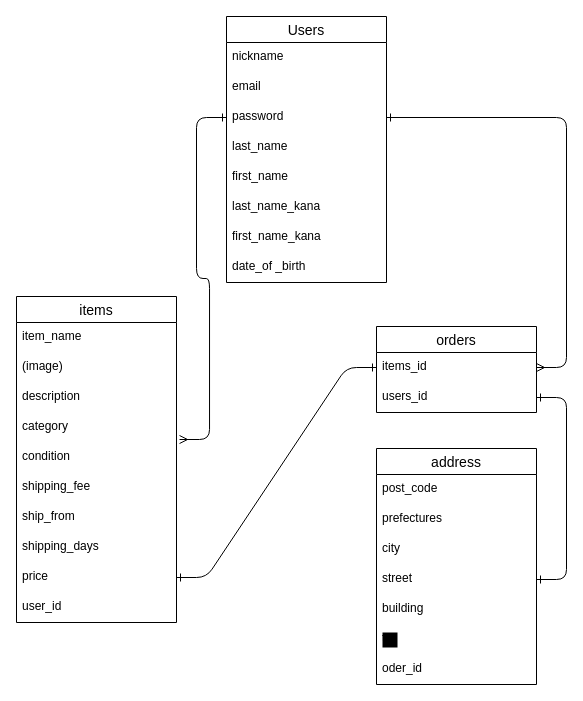
Natsuki002Koma/furima-40056 keeps this draw.io diagram as tables.dio. Above is the earlier version. Source tidied: cells renumbered, new cells numbered last; positions are measured from the earlier drawing's top-left corner, leaving out a move shared by most shapes. Both pictures are drawn from the tidied source at 100%, with x=0, y=0 at pixel (16, 16).
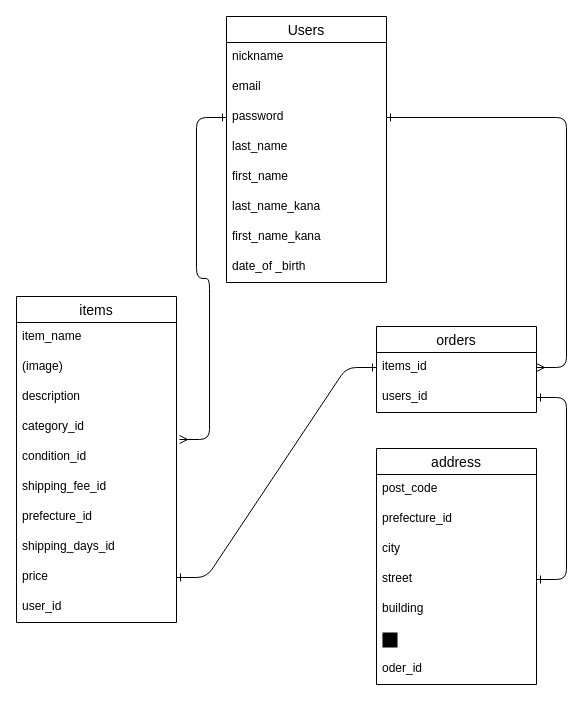
The same diagram, later.

Commit message (it also covers changes not shown here):
データベース設計（修正）

The change refers to these unchanged cells:
```xml
<mxCell id="11" value="items" style="swimlane;fontStyle=0;horizontal=1;startSize=26;align=center;fontSize=14;" parent="1" vertex="1">
  <mxGeometry y="280" width="160" height="326" as="geometry" />
</mxCell>
<mxCell id="27" value="address" style="swimlane;fontStyle=0;horizontal=1;startSize=26;align=center;fontSize=14;" parent="1" vertex="1">
  <mxGeometry x="360" y="432" width="160" height="236" as="geometry" />
</mxCell>
```

Diff of the diagram source:
```diff
@@
-    <mxCell id="15" value="category" style="text;strokeColor=none;fillColor=none;spacingLeft=4;spacingRight=4;overflow=hidden;points=[[0,0.5],[1,0.5]];portConstraint=eastwest;fontSize=12;" parent="11" vertex="1">
+    <mxCell id="15" value="category_id" style="text;strokeColor=none;fillColor=none;spacingLeft=4;spacingRight=4;overflow=hidden;points=[[0,0.5],[1,0.5]];portConstraint=eastwest;fontSize=12;" parent="11" vertex="1">
       <mxGeometry y="116" width="160" height="30" as="geometry" />
     </mxCell>
-    <mxCell id="16" value="condition" style="text;strokeColor=none;fillColor=none;spacingLeft=4;spacingRight=4;overflow=hidden;fontSize=12;" parent="11" vertex="1">
+    <mxCell id="16" value="condition_id" style="text;strokeColor=none;fillColor=none;spacingLeft=4;spacingRight=4;overflow=hidden;fontSize=12;" parent="11" vertex="1">
       <mxGeometry y="146" width="160" height="30" as="geometry" />
     </mxCell>
-    <mxCell id="17" value="shipping_fee" style="text;strokeColor=none;fillColor=none;spacingLeft=4;spacingRight=4;overflow=hidden;fontSize=12;" parent="11" vertex="1">
+    <mxCell id="17" value="shipping_fee_id" style="text;strokeColor=none;fillColor=none;spacingLeft=4;spacingRight=4;overflow=hidden;fontSize=12;" parent="11" vertex="1">
       <mxGeometry y="176" width="160" height="30" as="geometry" />
     </mxCell>
-    <mxCell id="18" value="ship_from" style="text;strokeColor=none;fillColor=none;spacingLeft=4;spacingRight=4;overflow=hidden;fontSize=12;" parent="11" vertex="1">
+    <mxCell id="18" value="prefecture_id" style="text;strokeColor=none;fillColor=none;spacingLeft=4;spacingRight=4;overflow=hidden;fontSize=12;" parent="11" vertex="1">
       <mxGeometry y="206" width="160" height="30" as="geometry" />
     </mxCell>
-    <mxCell id="19" value="shipping_days" style="text;strokeColor=none;fillColor=none;spacingLeft=4;spacingRight=4;overflow=hidden;fontSize=12;" parent="11" vertex="1">
+    <mxCell id="19" value="shipping_days_id" style="text;strokeColor=none;fillColor=none;spacingLeft=4;spacingRight=4;overflow=hidden;fontSize=12;" parent="11" vertex="1">
       <mxGeometry y="236" width="160" height="30" as="geometry" />
     </mxCell>
@@
-    <mxCell id="29" value="prefectures" style="text;strokeColor=none;fillColor=none;spacingLeft=4;spacingRight=4;overflow=hidden;fontSize=12;" parent="27" vertex="1">
+    <mxCell id="29" value="prefecture_id" style="text;strokeColor=none;fillColor=none;spacingLeft=4;spacingRight=4;overflow=hidden;fontSize=12;" parent="27" vertex="1">
       <mxGeometry y="56" width="160" height="30" as="geometry" />
     </mxCell>
```
